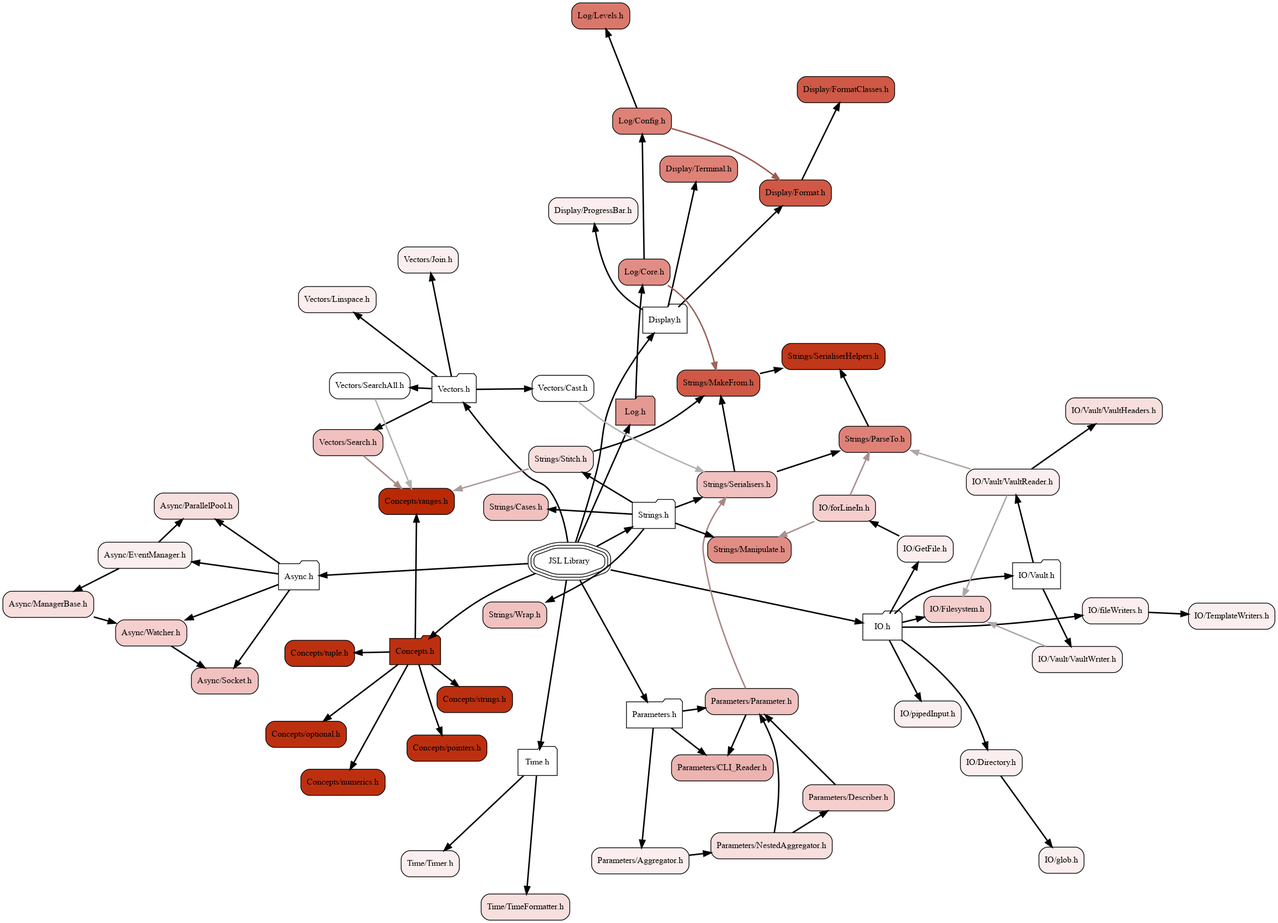
DrFraserGovil/JSL keeps this Graphviz diagram as docs/visualiser/heatmap.png. Above is the earlier version. Its source is kept beside it as docs/visualiser/heatmap.dot.
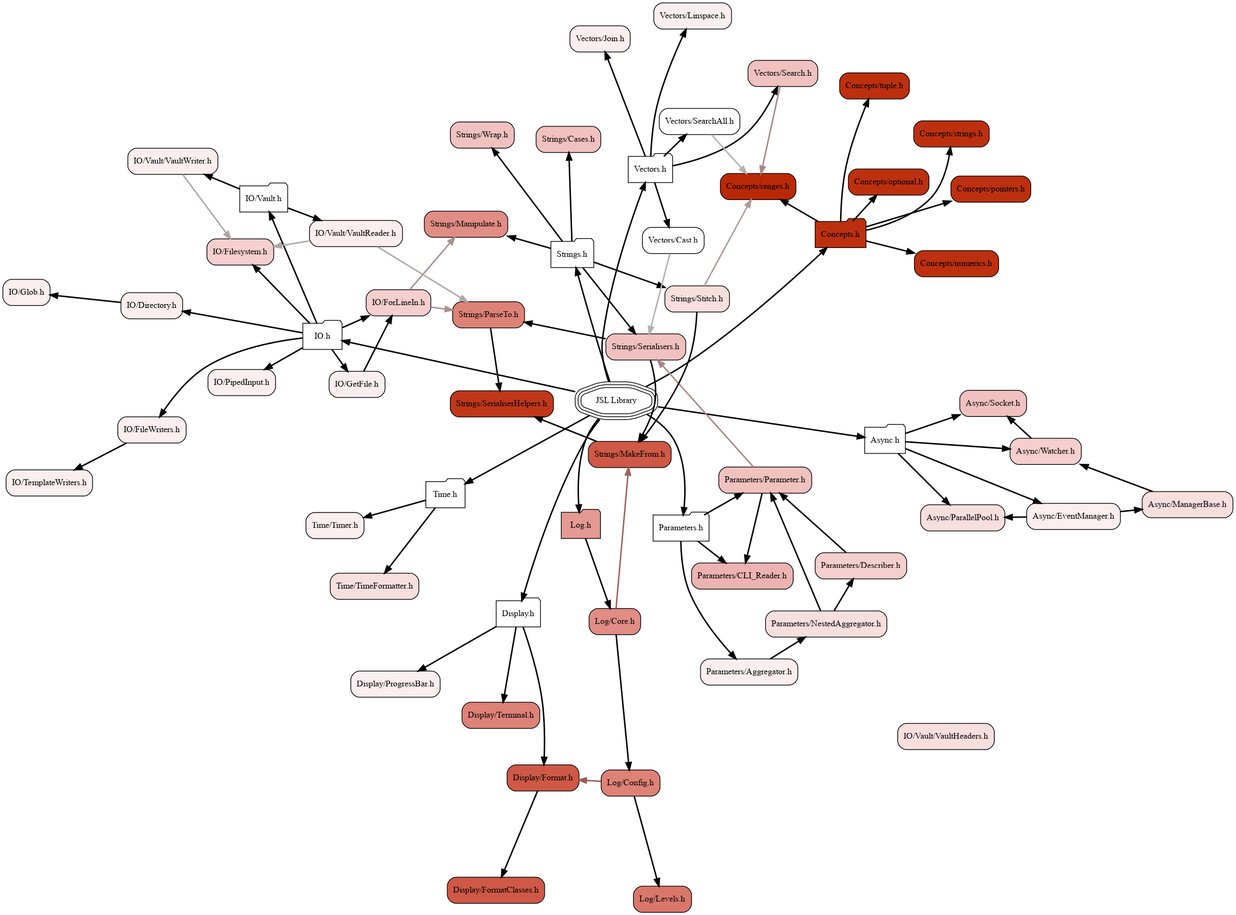
The same diagram one commit later.

Diff of the diagram source:
```diff
@@ -29,17 +29,17 @@
 	node[fillcolor="#de8278", style="rounded,filled", shape=box, color="black"] "Display/Terminal.h"              [label="Display/Terminal.h"]
 	node[fillcolor="#ffffff", style="rounded,filled", shape=folder, color="black"] "IO.h"                            [label="IO.h"]
 	node[fillcolor="#fbeeee", style="rounded,filled", shape=box, color="black"] "IO/Directory.h"                  [label="IO/Directory.h"]
+	node[fillcolor="#fbeeee", style="rounded,filled", shape=box, color="black"] "IO/FileWriters.h"                [label="IO/FileWriters.h"]
 	node[fillcolor="#f4cfce", style="rounded,filled", shape=box, color="black"] "IO/Filesystem.h"                 [label="IO/Filesystem.h"]
+	node[fillcolor="#f4cfce", style="rounded,filled", shape=box, color="black"] "IO/ForLineIn.h"                  [label="IO/ForLineIn.h"]
 	node[fillcolor="#fbeeee", style="rounded,filled", shape=box, color="black"] "IO/GetFile.h"                    [label="IO/GetFile.h"]
+	node[fillcolor="#fbeeee", style="rounded,filled", shape=box, color="black"] "IO/Glob.h"                       [label="IO/Glob.h"]
+	node[fillcolor="#fbeeee", style="rounded,filled", shape=box, color="black"] "IO/PipedInput.h"                 [label="IO/PipedInput.h"]
 	node[fillcolor="#fbeeee", style="rounded,filled", shape=box, color="black"] "IO/TemplateWriters.h"            [label="IO/TemplateWriters.h"]
 	node[fillcolor="#ffffff", style="rounded,filled", shape=folder, color="black"] "IO/Vault.h"                      [label="IO/Vault.h"]
 	node[fillcolor="#f7dfde", style="rounded,filled", shape=box, color="black"] "IO/Vault/VaultHeaders.h"         [label="IO/Vault/VaultHeaders.h"]
 	node[fillcolor="#fbeeee", style="rounded,filled", shape=box, color="black"] "IO/Vault/VaultReader.h"          [label="IO/Vault/VaultReader.h"]
 	node[fillcolor="#fbeeee", style="rounded,filled", shape=box, color="black"] "IO/Vault/VaultWriter.h"          [label="IO/Vault/VaultWriter.h"]
-	node[fillcolor="#fbeeee", style="rounded,filled", shape=box, color="black"] "IO/fileWriters.h"                [label="IO/fileWriters.h"]
-	node[fillcolor="#f4cfce", style="rounded,filled", shape=box, color="black"] "IO/forLineIn.h"                  [label="IO/forLineIn.h"]
-	node[fillcolor="#fbeeee", style="rounded,filled", shape=box, color="black"] "IO/glob.h"                       [label="IO/glob.h"]
-	node[fillcolor="#fbeeee", style="rounded,filled", shape=box, color="black"] "IO/pipedInput.h"                 [label="IO/pipedInput.h"]
 	node[fillcolor="#e59993", style="rounded,filled", shape=folder, color="black"] "Log.h"                           [label="Log.h"]
 	node[fillcolor="#de8278", style="rounded,filled", shape=box, color="black"] "Log/Config.h"                    [label="Log/Config.h"]
 	node[fillcolor="#e18d85", style="rounded,filled", shape=box, color="black"] "Log/Core.h"                      [label="Log/Core.h"]
@@ -69,14 +69,14 @@
 	node[fillcolor="#f0c1bf", style="rounded,filled", shape=box, color="black"] "Vectors/Search.h"                [label="Vectors/Search.h"]
 	node[fillcolor="#ffffff", style="rounded,filled", shape=box, color="black"] "Vectors/SearchAll.h"             [label="Vectors/SearchAll.h"]
 	"JSL.h"                           -> "IO.h"[weight=10000,penwidth=2]
+	"JSL.h"                           -> "Strings.h"[weight=10000,penwidth=2]
+	"JSL.h"                           -> "Time.h"[weight=10000,penwidth=2]
 	"JSL.h"                           -> "Concepts.h"[weight=10000,penwidth=2]
-	"JSL.h"                           -> "Strings.h"[weight=10000,penwidth=2]
+	"JSL.h"                           -> "Display.h"[weight=10000,penwidth=2]
 	"JSL.h"                           -> "Vectors.h"[weight=10000,penwidth=2]
-	"JSL.h"                           -> "Async.h"[weight=10000,penwidth=2]
-	"JSL.h"                           -> "Display.h"[weight=10000,penwidth=2]
-	"JSL.h"                           -> "Time.h"[weight=10000,penwidth=2]
 	"JSL.h"                           -> "Parameters.h"[weight=10000,penwidth=2]
 	"JSL.h"                           -> "Log.h"[weight=10000,penwidth=2]
+	"JSL.h"                           -> "Async.h"[weight=10000,penwidth=2]
 	"Async.h"                         -> "Async/Socket.h"[weight=10000,penwidth=2]
 	"Async.h"                         -> "Async/Watcher.h"[weight=10000,penwidth=2]
 	"Async.h"                         -> "Async/EventManager.h"[weight=10000,penwidth=2]
@@ -87,31 +87,31 @@
 	"Async/Watcher.h"                 -> "Async/Socket.h"[weight=10000,penwidth=2]
 	"Concepts.h"                      -> "Concepts/numerics.h"[weight=10000,penwidth=2]
 	"Concepts.h"                      -> "Concepts/strings.h"[weight=10000,penwidth=2]
+	"Concepts.h"                      -> "Concepts/optional.h"[weight=10000,penwidth=2]
 	"Concepts.h"                      -> "Concepts/tuple.h"[weight=10000,penwidth=2]
+	"Concepts.h"                      -> "Concepts/pointers.h"[weight=10000,penwidth=2]
 	"Concepts.h"                      -> "Concepts/ranges.h"[weight=10000,penwidth=2]
-	"Concepts.h"                      -> "Concepts/optional.h"[weight=10000,penwidth=2]
-	"Concepts.h"                      -> "Concepts/pointers.h"[weight=10000,penwidth=2]
+	"Display.h"                       -> "Display/Terminal.h"[weight=10000,penwidth=2]
+	"Display.h"                       -> "Display/ProgressBar.h"[weight=10000,penwidth=2]
 	"Display.h"                       -> "Display/Format.h"[weight=10000,penwidth=2]
-	"Display.h"                       -> "Display/ProgressBar.h"[weight=10000,penwidth=2]
-	"Display.h"                       -> "Display/Terminal.h"[weight=10000,penwidth=2]
 	"Display/Format.h"                -> "Display/FormatClasses.h"[weight=10000,penwidth=2]
-	"IO.h"                            -> "IO/pipedInput.h"[weight=10000,penwidth=2]
-	"IO.h"                            -> "IO/fileWriters.h"[weight=10000,penwidth=2]
+	"IO.h"                            -> "IO/Directory.h"[weight=10000,penwidth=2]
+	"IO.h"                            -> "IO/ForLineIn.h"[weight=10000,penwidth=2]
+	"IO.h"                            -> "IO/Vault.h"[weight=10000,penwidth=2]
+	"IO.h"                            -> "IO/Filesystem.h"[weight=10000,penwidth=2]
 	"IO.h"                            -> "IO/GetFile.h"[weight=10000,penwidth=2]
-	"IO.h"                            -> "IO/Directory.h"[weight=10000,penwidth=2]
-	"IO.h"                            -> "IO/Filesystem.h"[weight=10000,penwidth=2]
-	"IO.h"                            -> "IO/Vault.h"[weight=10000,penwidth=2]
-	"IO/Directory.h"                  -> "IO/glob.h"[weight=10000,penwidth=2]
-	"IO/GetFile.h"                    -> "IO/forLineIn.h"[weight=10000,penwidth=2]
+	"IO.h"                            -> "IO/PipedInput.h"[weight=10000,penwidth=2]
+	"IO.h"                            -> "IO/FileWriters.h"[weight=10000,penwidth=2]
+	"IO/Directory.h"                  -> "IO/Glob.h"[weight=10000,penwidth=2]
+	"IO/FileWriters.h"                -> "IO/TemplateWriters.h"[weight=10000,penwidth=2]
+	"IO/ForLineIn.h"                  -> "Strings/ParseTo.h"[constraint=true,weight=0,penwidth=2,color="#aa9090"]
+	"IO/ForLineIn.h"                  -> "Strings/Manipulate.h"[constraint=false,weight=0,penwidth=2,color="#aa9090"]
+	"IO/GetFile.h"                    -> "IO/ForLineIn.h"[weight=10000,penwidth=2]
 	"IO/Vault.h"                      -> "IO/Vault/VaultWriter.h"[weight=10000,penwidth=2]
 	"IO/Vault.h"                      -> "IO/Vault/VaultReader.h"[weight=10000,penwidth=2]
 	"IO/Vault/VaultReader.h"          -> "Strings/ParseTo.h"[constraint=false,weight=0,penwidth=2,color="#afa6a6"]
 	"IO/Vault/VaultReader.h"          -> "IO/Filesystem.h"[constraint=true,weight=0,penwidth=2,color="#afa6a6"]
-	"IO/Vault/VaultReader.h"          -> "IO/Vault/VaultHeaders.h"[weight=10000,penwidth=2]
 	"IO/Vault/VaultWriter.h"          -> "IO/Filesystem.h"[constraint=true,weight=0,penwidth=2,color="#afa6a6"]
-	"IO/fileWriters.h"                -> "IO/TemplateWriters.h"[weight=10000,penwidth=2]
-	"IO/forLineIn.h"                  -> "Strings/ParseTo.h"[constraint=false,weight=0,penwidth=2,color="#aa9090"]
-	"IO/forLineIn.h"                  -> "Strings/Manipulate.h"[constraint=true,weight=0,penwidth=2,color="#aa9090"]
 	"Log.h"                           -> "Log/Core.h"[weight=10000,penwidth=2]
 	"Log/Config.h"                    -> "Display/Format.h"[constraint=true,weight=0,penwidth=2,color="#9b5b54"]
 	"Log/Config.h"                    -> "Log/Levels.h"[weight=10000,penwidth=2]
@@ -135,8 +135,8 @@
 	"Strings/ParseTo.h"               -> "Strings/SerialiserHelpers.h"[weight=10000,penwidth=2]
 	"Strings/Serialisers.h"           -> "Strings/MakeFrom.h"[weight=10000,penwidth=2]
 	"Strings/Serialisers.h"           -> "Strings/ParseTo.h"[weight=10000,penwidth=2]
+	"Strings/Stitch.h"                -> "Strings/MakeFrom.h"[weight=10000,penwidth=2]
 	"Strings/Stitch.h"                -> "Concepts/ranges.h"[constraint=false,weight=0,penwidth=2,color="#ac9c9b"]
-	"Strings/Stitch.h"                -> "Strings/MakeFrom.h"[weight=10000,penwidth=2]
 	"Time.h"                          -> "Time/Timer.h"[weight=10000,penwidth=2]
 	"Time.h"                          -> "Time/TimeFormatter.h"[weight=10000,penwidth=2]
 	"Vectors.h"                       -> "Vectors/Cast.h"[weight=10000,penwidth=2]
```
